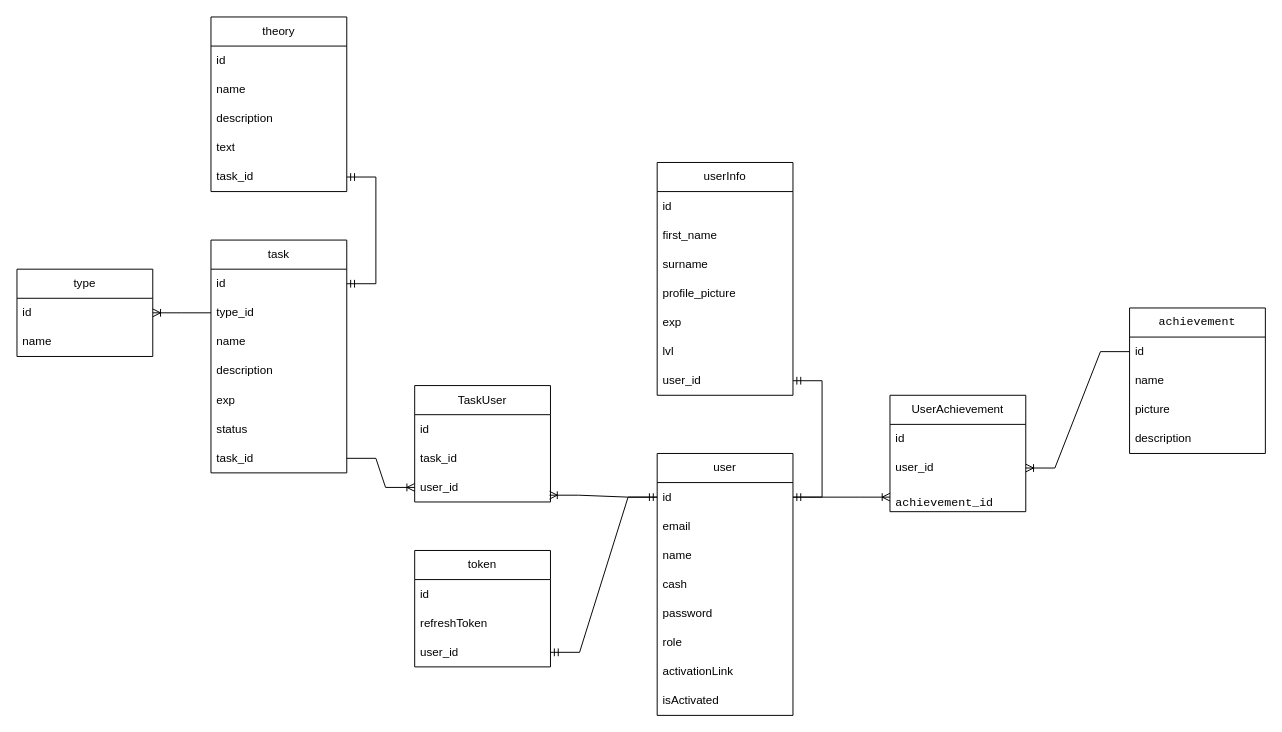
This is школа.drawio from Kiper02/school-node-react, a draw.io file, before an edit. Source tidied: cells renumbered, new cells numbered last; positions are measured from the earlier drawing's top-left corner, leaving out a move shared by most shapes. Both pictures are drawn from the tidied source at 97%, with x=0, y=0 at pixel (16, 16).
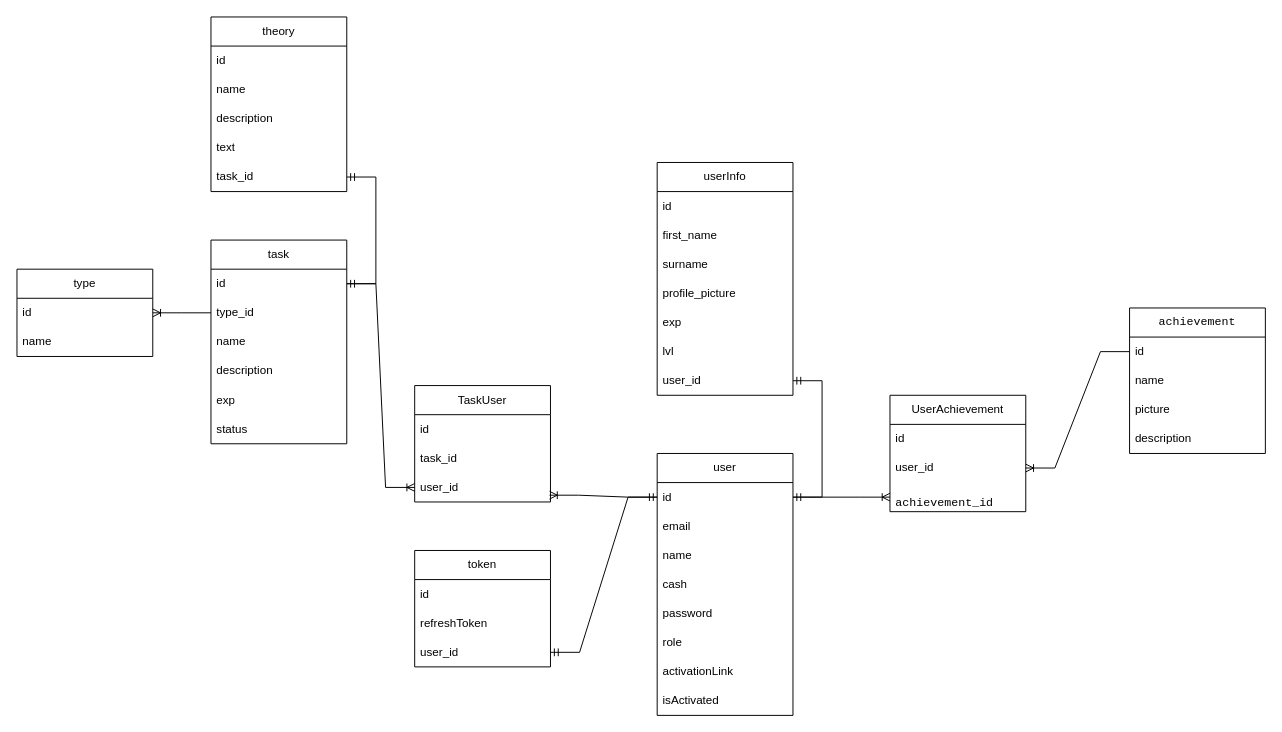
The same page after the edit.

Unchanged cells that the change refers to:
```xml
<mxCell id="21" value="id" style="text;strokeColor=none;fillColor=none;align=left;verticalAlign=middle;spacingLeft=4;spacingRight=4;overflow=hidden;points=[[0,0.5],[1,0.5]];portConstraint=eastwest;whiteSpace=wrap;html=1;" parent="20" vertex="1">
  <mxGeometry y="30" width="140" height="30" as="geometry" />
</mxCell>
<mxCell id="42" value="user_id" style="text;strokeColor=none;fillColor=none;align=left;verticalAlign=middle;spacingLeft=4;spacingRight=4;overflow=hidden;points=[[0,0.5],[1,0.5]];portConstraint=eastwest;whiteSpace=wrap;html=1;" parent="39" vertex="1">
  <mxGeometry y="90" width="140" height="30" as="geometry" />
</mxCell>
```

What changed in the source:
```diff
@@
     <mxCell id="20" value="task" style="swimlane;fontStyle=0;horizontal=1;startSize=30;whiteSpace=wrap;html=1;" parent="1" vertex="1">
-      <mxGeometry x="200" y="230" width="140" height="240" as="geometry" />
+      <mxGeometry x="200" y="230" width="140" height="210" as="geometry" />
     </mxCell>
@@
-    <mxCell id="27" value="task_id" style="text;strokeColor=none;fillColor=none;align=left;verticalAlign=middle;spacingLeft=4;spacingRight=4;overflow=hidden;points=[[0,0.5],[1,0.5]];portConstraint=eastwest;whiteSpace=wrap;html=1;" parent="20" vertex="1">
-      <mxGeometry y="210" width="140" height="30" as="geometry" />
-    </mxCell>
@@
-    <mxCell id="43" style="edgeStyle=entityRelationEdgeStyle;fontSize=12;html=1;endArrow=ERoneToMany;rounded=0;" parent="1" edge="1" source="27" target="42">
+    <mxCell id="43" style="edgeStyle=entityRelationEdgeStyle;fontSize=12;html=1;endArrow=ERoneToMany;rounded=0;" parent="1" edge="1" source="21" target="42">
       <mxGeometry relative="1" as="geometry" />
     </mxCell>
```
